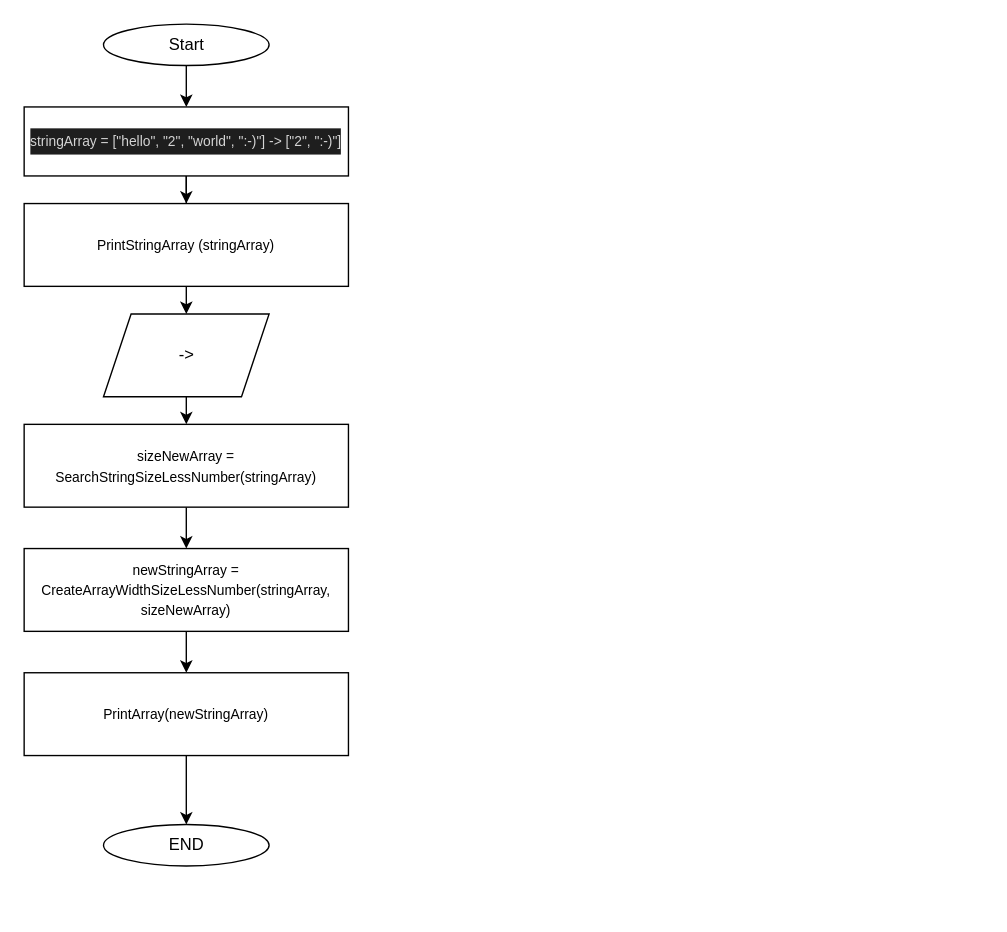
Above: page "Страница 1" (1 of 2) of block diagram.dio in Evgen054/practical-work-19.02.2022 (draw.io), before the change. Source tidied: cells renumbered, new cells numbered last; positions are measured from the earlier drawing's top-left corner, leaving out a move shared by most shapes. Both pictures are drawn from the tidied source at 138%, with x=0, y=0 at pixel (23, 23).
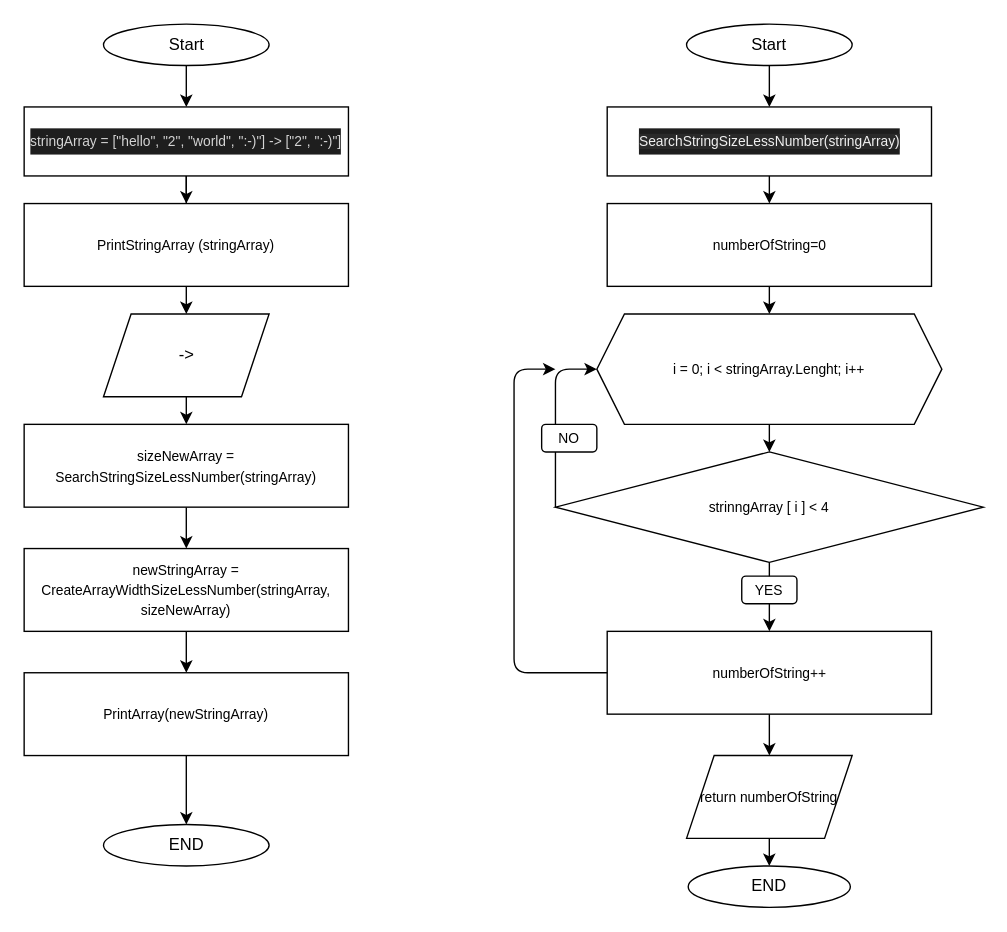
The same page after the edit.

Commit message:
Created a second block diagram

Change to the diagram source:
```diff
@@
+    <mxCell id="18" style="edgeStyle=none;html=1;exitX=0.5;exitY=1;exitDx=0;exitDy=0;entryX=0.5;entryY=0;entryDx=0;entryDy=0;fontFamily=Helvetica;fontSize=12;" parent="1" edge="1" source="19" target="21">
+      <mxGeometry relative="1" as="geometry" />
+    </mxCell>
+    <mxCell id="19" value="Start" style="ellipse;whiteSpace=wrap;html=1;" parent="1" vertex="1">
+      <mxGeometry x="480" width="120" height="30" as="geometry" />
+    </mxCell>
+    <mxCell id="20" style="edgeStyle=none;html=1;entryX=0.5;entryY=0;entryDx=0;entryDy=0;fontFamily=Helvetica;fontSize=12;" parent="1" edge="1" source="21" target="23">
+      <mxGeometry relative="1" as="geometry" />
+    </mxCell>
+    <mxCell id="21" value="&lt;div style=&quot;color: rgb(212 , 212 , 212) ; background-color: rgb(30 , 30 , 30) ; line-height: 19px&quot;&gt;&lt;span style=&quot;color: rgb(240 , 240 , 240) ; font-size: 10px ; background-color: rgb(42 , 42 , 42)&quot;&gt;SearchStringSizeLessNumber(stringArray)&lt;/span&gt;&lt;br&gt;&lt;/div&gt;" style="rounded=0;whiteSpace=wrap;html=1;align=center;fontSize=12;" parent="1" vertex="1">
+      <mxGeometry x="422.5" y="60" width="235" height="50" as="geometry" />
+    </mxCell>
+    <mxCell id="22" style="edgeStyle=none;html=1;fontFamily=Helvetica;fontSize=10;" parent="1" edge="1" source="23" target="27">
+      <mxGeometry relative="1" as="geometry" />
+    </mxCell>
+    <mxCell id="23" value="&lt;font style=&quot;font-size: 10px&quot;&gt;numberOfString=0&lt;/font&gt;" style="rounded=0;whiteSpace=wrap;html=1;fontSize=12;" parent="1" vertex="1">
+      <mxGeometry x="422.5" y="130" width="235" height="60" as="geometry" />
+    </mxCell>
+    <mxCell id="24" style="edgeStyle=none;html=1;fontFamily=Helvetica;fontSize=12;" parent="1" edge="1">
+      <mxGeometry relative="1" as="geometry">
+        <mxPoint x="523" y="350" as="sourcePoint" />
+        <mxPoint x="523" y="350" as="targetPoint" />
+      </mxGeometry>
+    </mxCell>
+    <mxCell id="25" value="END" style="ellipse;whiteSpace=wrap;html=1;" parent="1" vertex="1">
+      <mxGeometry x="481.2" y="610" width="117.5" height="30" as="geometry" />
+    </mxCell>
+    <mxCell id="26" style="edgeStyle=none;html=1;fontFamily=Helvetica;fontSize=10;" parent="1" edge="1" source="27" target="28">
+      <mxGeometry relative="1" as="geometry" />
+    </mxCell>
+    <mxCell id="27" value="i = 0; i &amp;lt; stringArray.Lenght; i++" style="shape=hexagon;perimeter=hexagonPerimeter2;whiteSpace=wrap;html=1;fixedSize=1;fontFamily=Helvetica;fontSize=10;" parent="1" vertex="1">
+      <mxGeometry x="415" y="210" width="250" height="80" as="geometry" />
+    </mxCell>
+    <mxCell id="28" value="strinngArray [ i ] &amp;lt; 4" style="rhombus;whiteSpace=wrap;html=1;fontFamily=Helvetica;fontSize=10;" parent="1" vertex="1">
+      <mxGeometry x="385" y="310" width="310" height="80" as="geometry" />
+    </mxCell>
+    <mxCell id="29" style="edgeStyle=none;html=1;fontFamily=Helvetica;fontSize=10;" parent="1" edge="1" source="30" target="32">
+      <mxGeometry relative="1" as="geometry" />
+    </mxCell>
+    <mxCell id="30" value="&lt;font style=&quot;font-size: 10px&quot;&gt;numberOfString++&lt;/font&gt;" style="rounded=0;whiteSpace=wrap;html=1;fontSize=12;" parent="1" vertex="1">
+      <mxGeometry x="422.5" y="440" width="235" height="60" as="geometry" />
+    </mxCell>
+    <mxCell id="31" style="edgeStyle=none;html=1;fontFamily=Helvetica;fontSize=10;" parent="1" edge="1" source="32" target="25">
+      <mxGeometry relative="1" as="geometry" />
+    </mxCell>
+    <mxCell id="32" value="return numberOfString" style="shape=parallelogram;perimeter=parallelogramPerimeter;whiteSpace=wrap;html=1;fixedSize=1;fontFamily=Helvetica;fontSize=10;" parent="1" vertex="1">
+      <mxGeometry x="480" y="530" width="120" height="60" as="geometry" />
+    </mxCell>
+    <mxCell id="33" style="endArrow=classic;html=1;fontFamily=Helvetica;fontSize=10;exitX=0.5;exitY=1;exitDx=0;exitDy=0;entryX=0.5;entryY=0;entryDx=0;entryDy=0;" parent="1" edge="1" source="28" target="30">
+      <mxGeometry relative="1" as="geometry" />
+    </mxCell>
+    <mxCell id="34" value="YES" style="rounded=1;whiteSpace=wrap;html=1;fontFamily=Helvetica;fontSize=10;" parent="1" vertex="1">
+      <mxGeometry x="520" y="400" width="40" height="20" as="geometry" />
+    </mxCell>
+    <mxCell id="35" style="endArrow=classic;html=1;fontFamily=Helvetica;fontSize=10;entryX=0;entryY=0.5;entryDx=0;entryDy=0;exitX=0;exitY=0.5;exitDx=0;exitDy=0;" parent="1" edge="1" source="28" target="27">
+      <mxGeometry relative="1" as="geometry">
+        <Array as="points">
+          <mxPoint x="385" y="250" />
+        </Array>
+      </mxGeometry>
+    </mxCell>
+    <mxCell id="36" value="NO" style="rounded=1;whiteSpace=wrap;html=1;fontFamily=Helvetica;fontSize=10;" parent="1" vertex="1">
+      <mxGeometry x="375" y="290" width="40" height="20" as="geometry" />
+    </mxCell>
+    <mxCell id="37" style="endArrow=classic;html=1;fontFamily=Helvetica;fontSize=10;entryX=0;entryY=0.5;entryDx=0;entryDy=0;exitX=0;exitY=0.5;exitDx=0;exitDy=0;" parent="1" edge="1" source="30">
+      <mxGeometry relative="1" as="geometry">
+        <mxPoint x="385" y="250" as="targetPoint" />
+        <Array as="points">
+          <mxPoint x="355" y="470" />
+          <mxPoint x="355" y="250" />
+        </Array>
+      </mxGeometry>
+    </mxCell>
```
